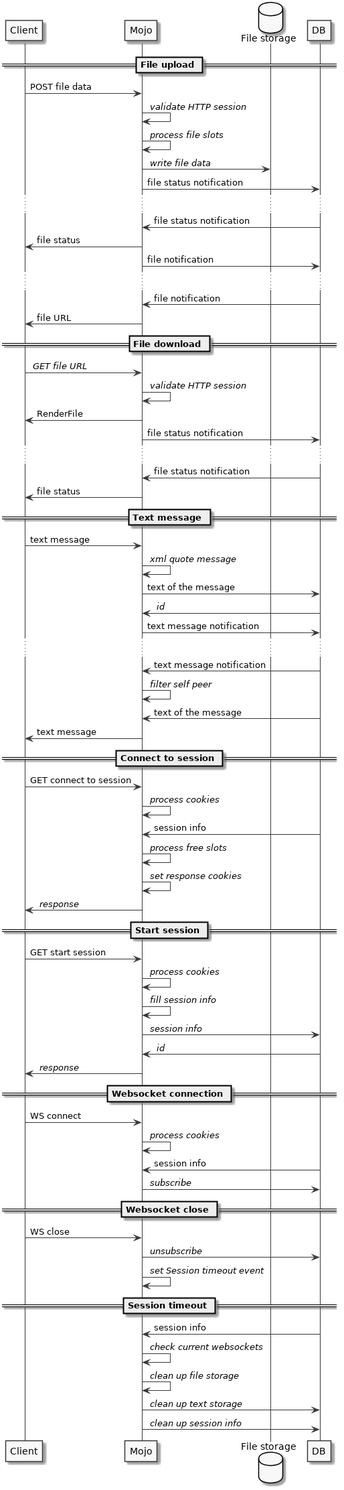
Above: arch/data_sequence.png in zhmylove/vonf (PlantUML), before the change. Its diagram source:
```plantuml
@startuml
skinparam monochrome true

participant Client as c
participant Mojo as s
database "File storage" as fs
participant DB as db

== File upload ==
c -> s : POST file data
s -> s : // validate HTTP session //
s -> s : // process file slots //
s -> fs : // write file data //
s -> db : file status notification
...
db -> s : file status notification
s -> c : file status
s -> db : file notification
...
db -> s : file notification
s -> c : file URL

== File download ==
c -> s : // GET file URL //
s -> s : // validate HTTP session //
s -> c : RenderFile
s -> db : file status notification
...
db -> s : file status notification
s -> c : file status

== Text message ==
c -> s : text message
s -> s : // xml quote message //
s -> db : text of the message
db -> s : // id //
s -> db : text message notification
...
db -> s : text message notification
s -> s : // filter self peer //
db -> s : text of the message
s -> c : text message

== Connect to session ==
c -> s : GET connect to session
s -> s : // process cookies //
db -> s : session info
s -> s : // process free slots //
s -> s : // set response cookies //
s -> c : // response //

== Start session ==
c -> s : GET start session
s -> s : // process cookies //
s -> s : // fill session info //
s -> db : // session info //
db -> s : // id //
s -> c : // response //

== Websocket connection ==
c -> s : WS connect
s -> s : // process cookies //
db -> s : session info
s -> db : // subscribe //

== Websocket close ==
c -> s : WS close
s -> db : // unsubscribe //
s -> s : // set Session timeout event //

== Session timeout ==
db -> s : session info
s -> s : // check current websockets //
s -> s : // clean up file storage //
s -> db : // clean up text storage //
s -> db : // clean up session info //
@enduml
```
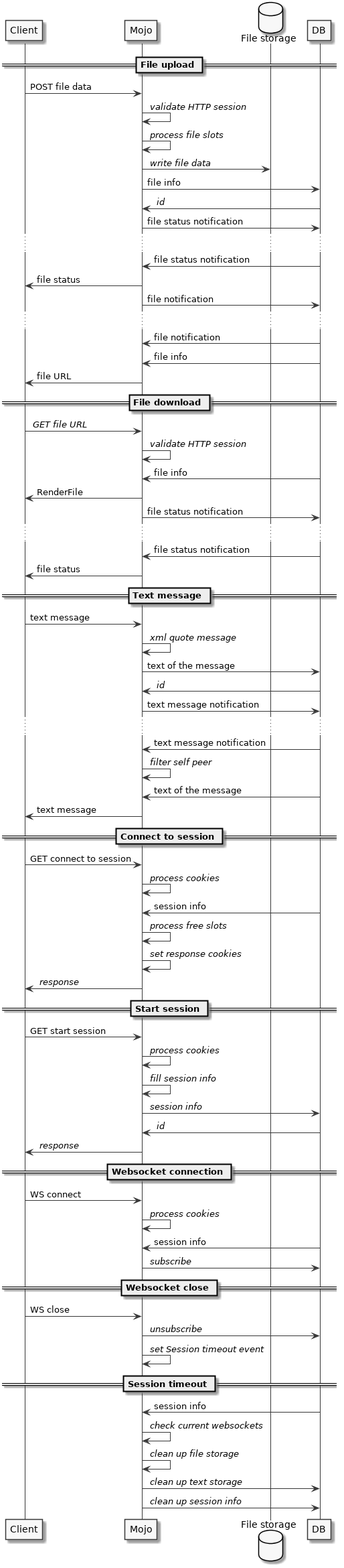
After the commit.

The edit, as a diff of the source:
```diff
@@ -11,6 +11,8 @@
 s -> s : // validate HTTP session //
 s -> s : // process file slots //
 s -> fs : // write file data //
+s -> db : file info
+db -> s : // id //
 s -> db : file status notification
 ...
 db -> s : file status notification
@@ -18,11 +20,13 @@
 s -> db : file notification
 ...
 db -> s : file notification
+db -> s : file info
 s -> c : file URL
 
 == File download ==
 c -> s : // GET file URL //
 s -> s : // validate HTTP session //
+db -> s : file info
 s -> c : RenderFile
 s -> db : file status notification
 ...
```
